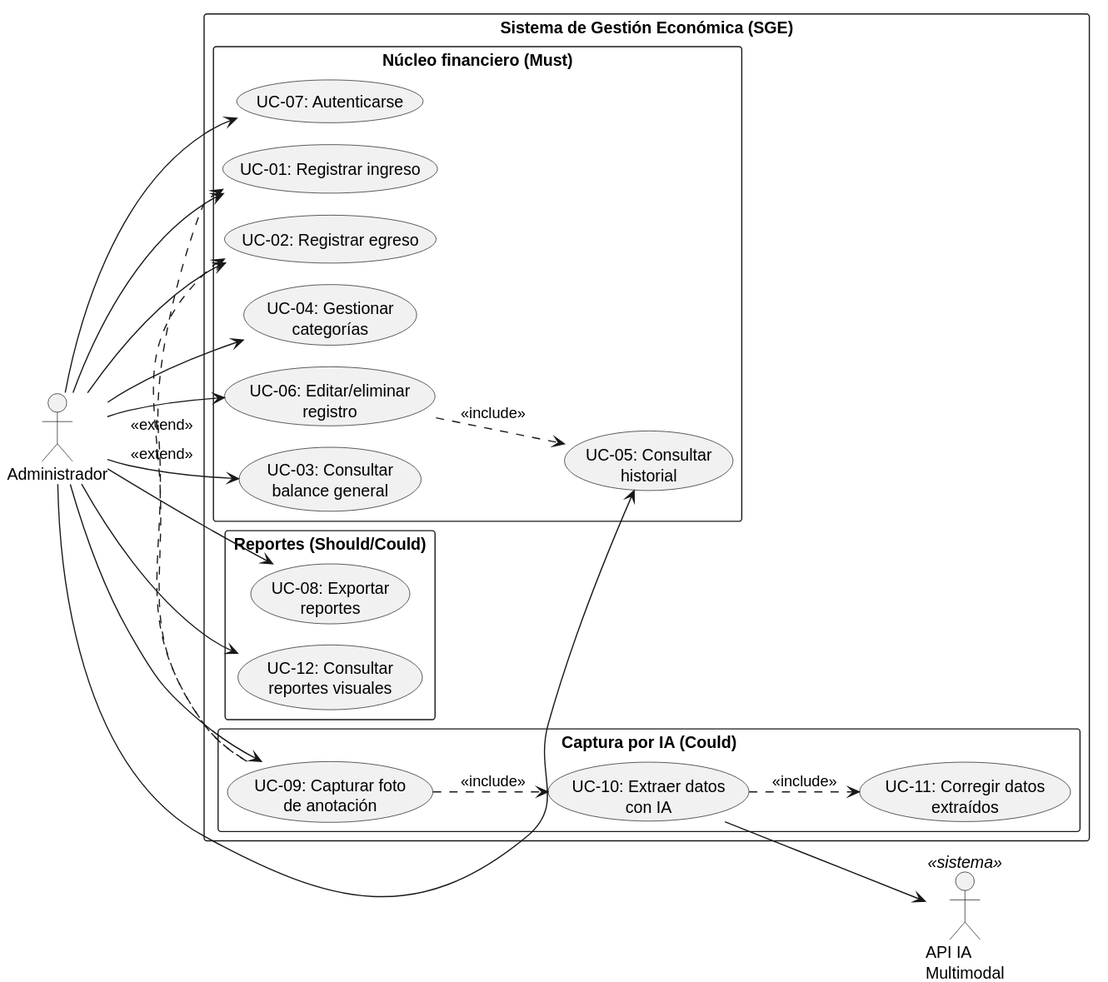
This is docs/3-casos-uso-uml/assets/diagrama-casos-uso.svg from Mundolel/SGE, a PlantUML export, as it was before one commit.
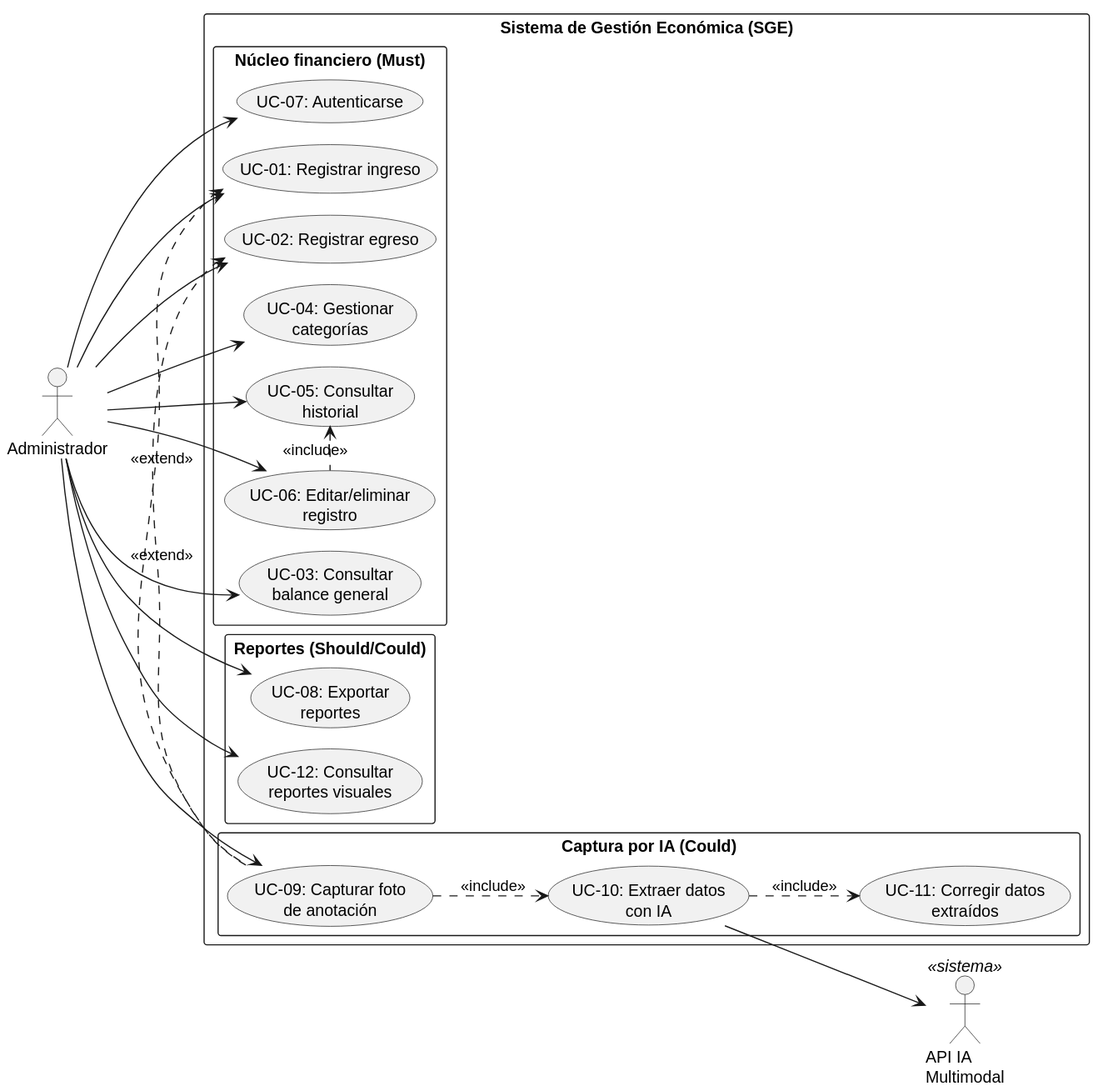
Later version of the same file.

Commit message:
docs: document use case arrow notation and fix UC-05 edge routing (#31)

What changed in the source:
```diff
@@ -40,7 +40,7 @@
 admin --> UC09
 admin --> UC12
 
-UC06 ..> UC05 : <<include>>
+UC06 .left.> UC05 : <<include>>
 UC09 ..> UC10 : <<include>>
 UC10 ..> UC11 : <<include>>
 UC10 --> api
```
